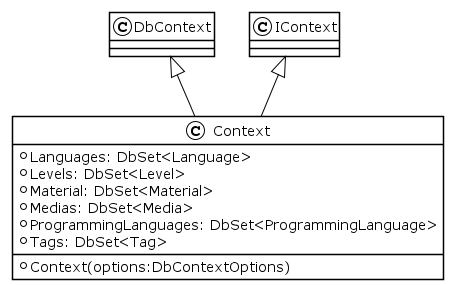
This is Documentation/UML/Images/Context.png from ahja-itu/BDSA2021-FinalProject, a PlantUML export, as it was before one commit.
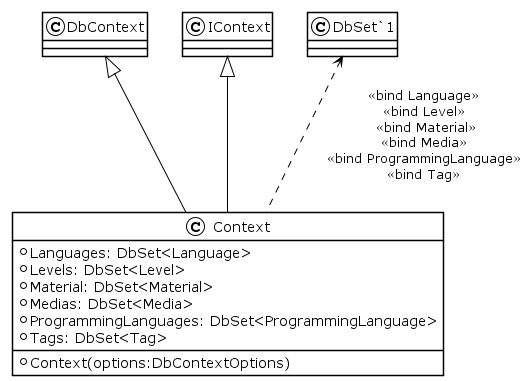
Later version of the same file.

Diff of the diagram source:
```diff
@@ -12,4 +12,6 @@
 }
 DbContext <|-- Context
 IContext <|-- Context
+
+"DbSet`1" <.. Context : <<bind Language>>\n<<bind Level>>\n <<bind Material>>\n<<bind Media>>\n<<bind ProgrammingLanguage>>\n<<bind Tag>>
 @enduml
```
